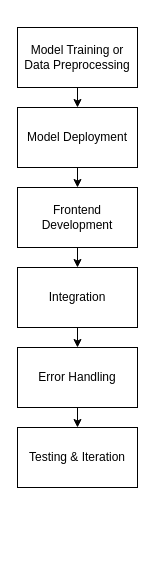
The draw.io diagram Development_Steps.drawio in parmarjh/phoenix-onboarding-chatbot, before the edit. Source tidied: cells renumbered, new cells numbered last; positions are measured from the earlier drawing's top-left corner, leaving out a move shared by most shapes. Both pictures are drawn from the tidied source at 100%, with x=0, y=0 at pixel (17, 27).
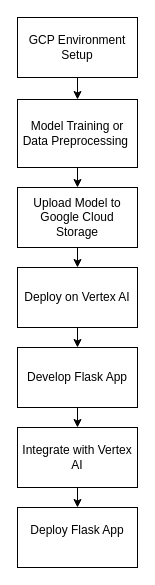
Above is the later version.

Diff of the diagram source:
```diff
@@
 <mxGraphModel>
   <root>
     <mxCell id="0" />
     <mxCell id="1" parent="0" />
     <mxCell id="2" style="edgeStyle=orthogonalEdgeStyle;rounded=0;jettySize=auto;html=1;exitX=0.5;exitY=1;exitDx=0;exitDy=0;entryX=0.5;entryY=0;entryDx=0;entryDy=0;" parent="1" edge="1" source="3" target="5">
       <mxGeometry relative="1" as="geometry" />
     </mxCell>
-    <mxCell id="3" value="Model Training or Data Preprocessing" style="rounded=0;whiteSpace=wrap;html=1;" parent="1" vertex="1">
-      <mxGeometry width="120" height="60" as="geometry" />
+    <mxCell id="3" value="GCP Environment Setup" style="rounded=0;whiteSpace=wrap;html=1;" parent="1" vertex="1">
+      <mxGeometry y="-10" width="120" height="60" as="geometry" />
     </mxCell>
     <mxCell id="4" style="edgeStyle=orthogonalEdgeStyle;rounded=0;jettySize=auto;html=1;exitX=0.5;exitY=1;exitDx=0;exitDy=0;entryX=0.5;entryY=0;entryDx=0;entryDy=0;" parent="1" edge="1" source="5" target="7">
       <mxGeometry relative="1" as="geometry" />
     </mxCell>
-    <mxCell id="5" value="Model Deployment" style="rounded=0;whiteSpace=wrap;html=1;" parent="1" vertex="1">
-      <mxGeometry y="80" width="120" height="60" as="geometry" />
+    <mxCell id="5" value="Model Training or Data Preprocessing&amp;nbsp;" style="rounded=0;whiteSpace=wrap;html=1;" parent="1" vertex="1">
+      <mxGeometry y="72" width="120" height="68" as="geometry" />
     </mxCell>
     <mxCell id="6" style="edgeStyle=orthogonalEdgeStyle;rounded=0;jettySize=auto;html=1;exitX=0.5;exitY=1;exitDx=0;exitDy=0;entryX=0.5;entryY=0;entryDx=0;entryDy=0;" parent="1" edge="1" source="7" target="9">
       <mxGeometry relative="1" as="geometry" />
     </mxCell>
-    <mxCell id="7" value="Frontend Development" style="rounded=0;whiteSpace=wrap;html=1;" parent="1" vertex="1">
+    <mxCell id="7" value="Upload Model to Google Cloud Storage" style="rounded=0;whiteSpace=wrap;html=1;" parent="1" vertex="1">
       <mxGeometry y="160" width="120" height="60" as="geometry" />
     </mxCell>
     <mxCell id="8" style="edgeStyle=orthogonalEdgeStyle;rounded=0;jettySize=auto;html=1;exitX=0.5;exitY=1;exitDx=0;exitDy=0;entryX=0.5;entryY=0;entryDx=0;entryDy=0;" parent="1" edge="1" source="9" target="11">
       <mxGeometry relative="1" as="geometry" />
     </mxCell>
-    <mxCell id="9" value="Integration" style="rounded=0;whiteSpace=wrap;html=1;" parent="1" vertex="1">
+    <mxCell id="9" value="Deploy on Vertex AI" style="rounded=0;whiteSpace=wrap;html=1;" parent="1" vertex="1">
       <mxGeometry y="240" width="120" height="60" as="geometry" />
     </mxCell>
     <mxCell id="10" style="edgeStyle=orthogonalEdgeStyle;rounded=0;jettySize=auto;html=1;exitX=0.5;exitY=1;exitDx=0;exitDy=0;entryX=0.5;entryY=0;entryDx=0;entryDy=0;" parent="1" edge="1" source="11" target="12">
       <mxGeometry relative="1" as="geometry" />
     </mxCell>
-    <mxCell id="11" value="Error Handling" style="rounded=0;whiteSpace=wrap;html=1;" parent="1" vertex="1">
+    <mxCell id="11" value="Develop Flask App" style="rounded=0;whiteSpace=wrap;html=1;" parent="1" vertex="1">
       <mxGeometry y="320" width="120" height="60" as="geometry" />
     </mxCell>
+    <mxCell id="13" style="edgeStyle=orthogonalEdgeStyle;rounded=0;jettySize=auto;html=1;exitX=0.5;exitY=1;exitDx=0;exitDy=0;entryX=0.5;entryY=0;entryDx=0;entryDy=0;" parent="1" edge="1" source="12" target="14">
+      <mxGeometry relative="1" as="geometry" />
+    </mxCell>
-    <mxCell id="12" value="Testing &amp;amp; Iteration" style="rounded=0;whiteSpace=wrap;html=1;" parent="1" vertex="1">
+    <mxCell id="12" value="Integrate with Vertex AI" style="rounded=0;whiteSpace=wrap;html=1;" parent="1" vertex="1">
       <mxGeometry y="400" width="120" height="60" as="geometry" />
     </mxCell>
+    <mxCell id="14" value="&#10;Deploy Flask App&#10;&#10;" style="rounded=0;whiteSpace=wrap;html=1;" parent="1" vertex="1">
+      <mxGeometry y="480" width="120" height="60" as="geometry" />
+    </mxCell>
   </root>
 </mxGraphModel>
```
